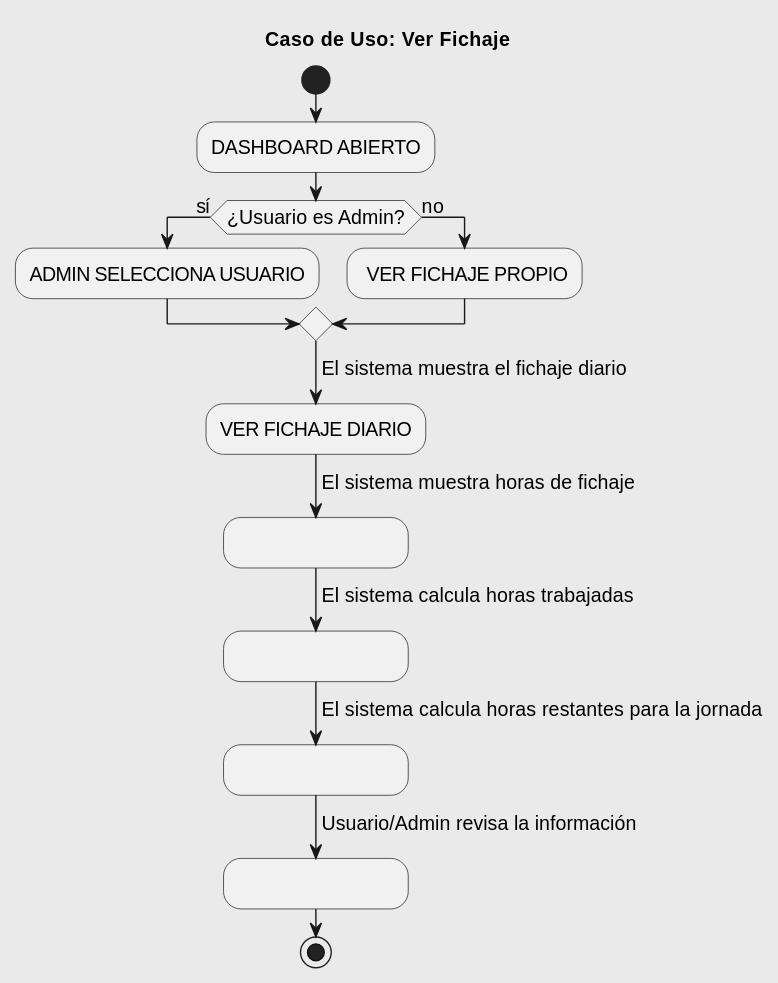
The PlantUML diagram imagenes/casosDeUso/detalles/verFichaje.svg in mmasias/23-24-IdSw1-SDR, before a commit.
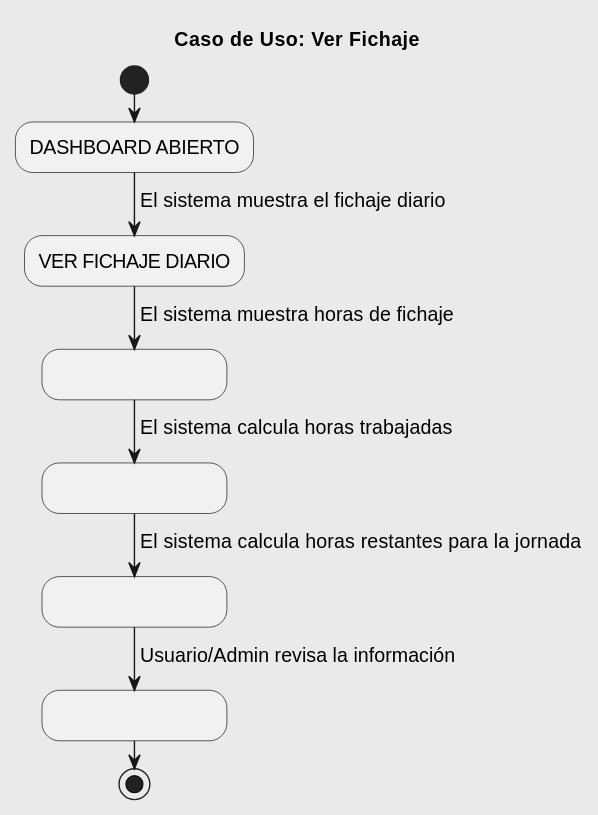
The same diagram one commit later.

Diff of the diagram source:
```diff
@@ -8,11 +8,7 @@
 
 start
 :DASHBOARD ABIERTO;
-if (¿Usuario es Admin?) then (sí)
-    :ADMIN SELECCIONA USUARIO;
-else (no)
-    : VER FICHAJE PROPIO;
-endif
+
 -> El sistema muestra el fichaje diario;
 :VER FICHAJE DIARIO;
 -> El sistema muestra horas de fichaje;
```
